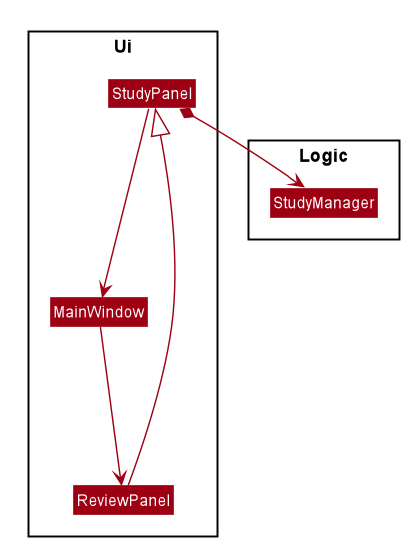
The PlantUML diagram docs/images/ReviewClassDiagram.png in nus-cs2103-AY2021S1/tp, before a commit.
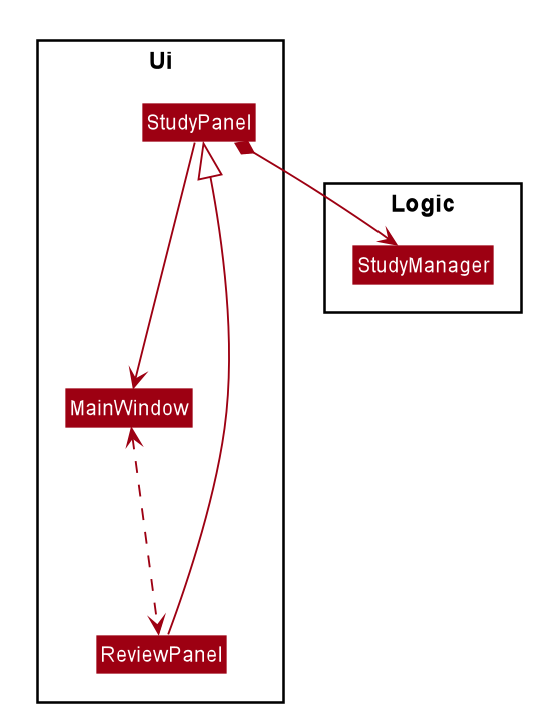
The same file after the commit.

Commit message:
Update review class diagram

Change to the diagram source:
```diff
@@ -66,6 +66,6 @@
 StudyPanel <|-- ReviewPanel
 StudyPanel *--> StudyManager
 StudyPanel ---> MainWindow
-MainWindow ---> ReviewPanel
+MainWindow <...> ReviewPanel
 
 @enduml
```
